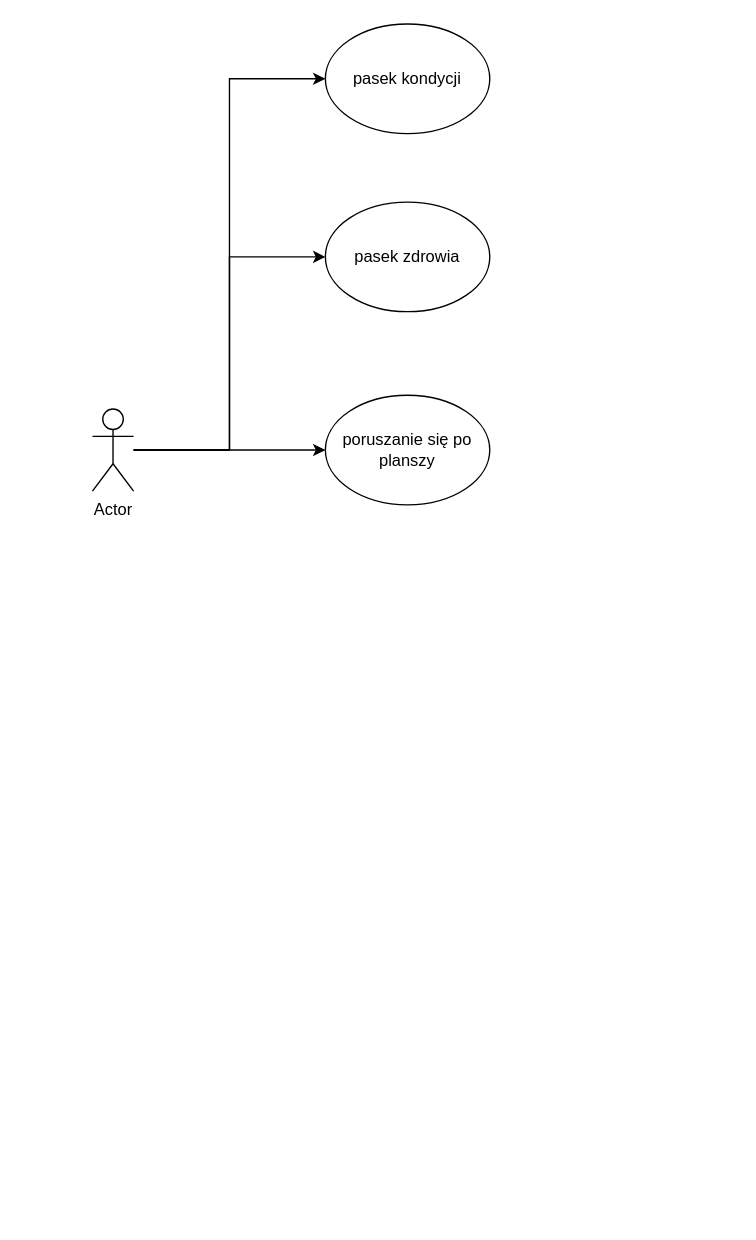
Earlier version of the draw.io diagram usecase.drawio (sumerar1/cyklzycia). Source tidied: cells renumbered, new cells numbered last; positions are measured from the earlier drawing's top-left corner, leaving out a move shared by most shapes. Both pictures are drawn from the tidied source at 137%, with x=0, y=0 at pixel (92, 23).
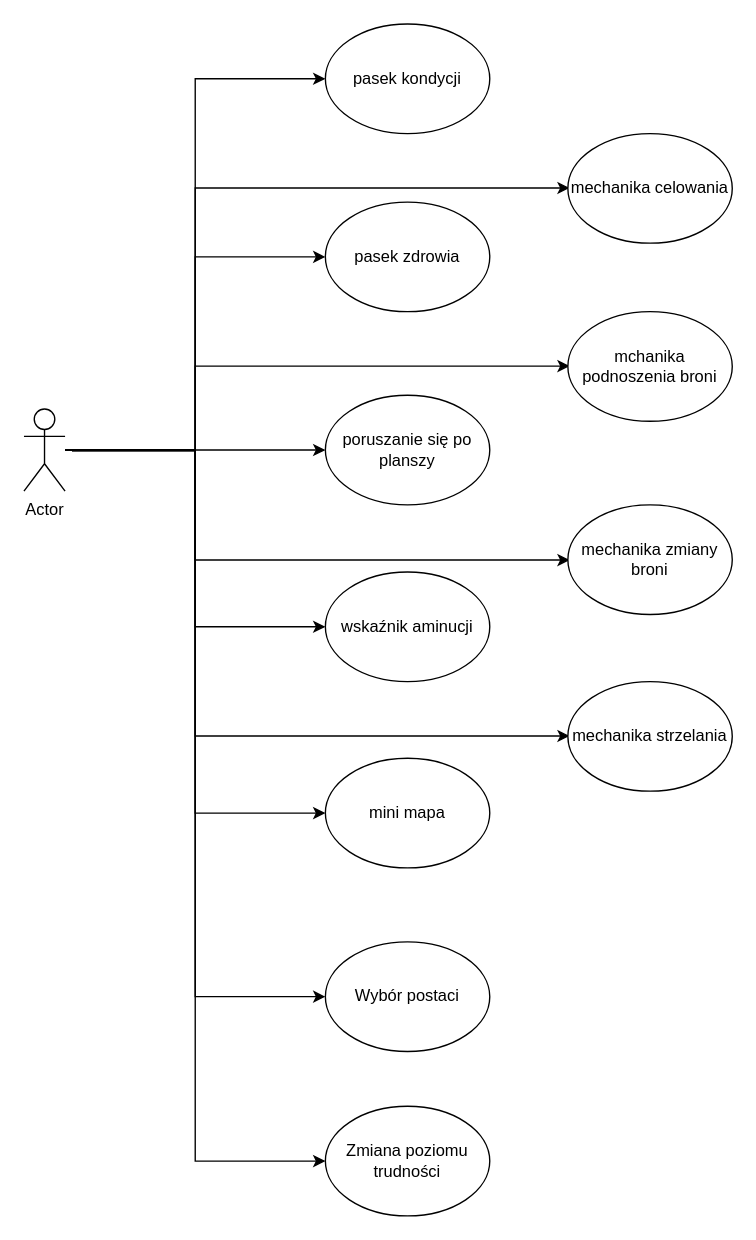
The same page after the edit.

Commit message:
Update usecase.drawio all user stories

The edit, as a diff of the source:
```diff
@@
+    <mxCell id="9" style="edgeStyle=orthogonalEdgeStyle;rounded=0;jettySize=auto;html=1;entryX=0;entryY=0.5;entryDx=0;entryDy=0;" parent="1" edge="1" source="5" target="17">
+      <mxGeometry relative="1" as="geometry" />
+    </mxCell>
+    <mxCell id="10" style="edgeStyle=orthogonalEdgeStyle;rounded=0;jettySize=auto;html=1;entryX=0;entryY=0.5;entryDx=0;entryDy=0;" parent="1" edge="1" source="5" target="18">
+      <mxGeometry relative="1" as="geometry" />
+    </mxCell>
+    <mxCell id="11" style="edgeStyle=orthogonalEdgeStyle;rounded=0;jettySize=auto;html=1;entryX=0;entryY=0.5;entryDx=0;entryDy=0;" parent="1" edge="1" source="5" target="19">
+      <mxGeometry relative="1" as="geometry" />
+    </mxCell>
+    <mxCell id="12" style="edgeStyle=orthogonalEdgeStyle;rounded=0;jettySize=auto;html=1;entryX=0;entryY=0.5;entryDx=0;entryDy=0;" parent="1" edge="1" source="5" target="20">
+      <mxGeometry relative="1" as="geometry" />
+    </mxCell>
+    <mxCell id="13" style="edgeStyle=orthogonalEdgeStyle;rounded=0;orthogonalLoop=1;jettySize=auto;html=1;entryX=0;entryY=0.5;entryDx=0;entryDy=0;" parent="1" edge="1">
+      <mxGeometry relative="1" as="geometry">
+        <mxPoint x="-15" y="311.3" as="sourcePoint" />
+        <mxPoint x="348.3" y="119.7" as="targetPoint" />
+        <Array as="points">
+          <mxPoint x="75" y="312" />
+          <mxPoint x="75" y="120" />
+        </Array>
+      </mxGeometry>
+    </mxCell>
+    <mxCell id="14" style="edgeStyle=orthogonalEdgeStyle;rounded=0;orthogonalLoop=1;jettySize=auto;html=1;entryX=0;entryY=0.5;entryDx=0;entryDy=0;" parent="1" edge="1">
+      <mxGeometry relative="1" as="geometry">
+        <mxPoint x="-15" y="311.3" as="sourcePoint" />
+        <mxPoint x="348.3" y="249.7" as="targetPoint" />
+        <Array as="points">
+          <mxPoint x="75" y="312" />
+          <mxPoint x="75" y="250" />
+        </Array>
+      </mxGeometry>
+    </mxCell>
+    <mxCell id="15" style="edgeStyle=orthogonalEdgeStyle;rounded=0;orthogonalLoop=1;jettySize=auto;html=1;entryX=0;entryY=0.5;entryDx=0;entryDy=0;" parent="1" edge="1">
+      <mxGeometry relative="1" as="geometry">
+        <mxPoint x="-15" y="311.3" as="sourcePoint" />
+        <mxPoint x="348.3" y="391.3" as="targetPoint" />
+        <Array as="points">
+          <mxPoint x="75" y="312" />
+          <mxPoint x="75" y="392" />
+        </Array>
+      </mxGeometry>
+    </mxCell>
+    <mxCell id="16" style="edgeStyle=orthogonalEdgeStyle;rounded=0;orthogonalLoop=1;jettySize=auto;html=1;entryX=0;entryY=0.5;entryDx=0;entryDy=0;" parent="1" edge="1">
+      <mxGeometry relative="1" as="geometry">
+        <mxPoint x="-15" y="311.3" as="sourcePoint" />
+        <mxPoint x="348.3" y="519.7" as="targetPoint" />
+        <Array as="points">
+          <mxPoint x="75" y="312" />
+          <mxPoint x="75" y="520" />
+        </Array>
+      </mxGeometry>
+    </mxCell>
     <mxCell id="5" value="Actor" style="shape=umlActor;verticalLabelPosition=bottom;labelBackgroundColor=#ffffff;verticalAlign=top;html=1;outlineConnect=0;" parent="1" vertex="1">
-      <mxGeometry y="281" width="30" height="60" as="geometry" />
+      <mxGeometry x="-50" y="281" width="30" height="60" as="geometry" />
     </mxCell>
@@
+    <mxCell id="17" value="wskaźnik aminucji" style="ellipse;whiteSpace=wrap;html=1;" parent="1" vertex="1">
+      <mxGeometry x="170" y="400" width="120" height="80" as="geometry" />
+    </mxCell>
+    <mxCell id="18" value="mini mapa" style="ellipse;whiteSpace=wrap;html=1;" parent="1" vertex="1">
+      <mxGeometry x="170" y="536" width="120" height="80" as="geometry" />
+    </mxCell>
+    <mxCell id="19" value="Wybór postaci" style="ellipse;whiteSpace=wrap;html=1;" parent="1" vertex="1">
+      <mxGeometry x="170" y="670" width="120" height="80" as="geometry" />
+    </mxCell>
+    <mxCell id="20" value="Zmiana poziomu trudności" style="ellipse;whiteSpace=wrap;html=1;" parent="1" vertex="1">
+      <mxGeometry x="170" y="790" width="120" height="80" as="geometry" />
+    </mxCell>
+    <mxCell id="21" value="mechanika celowania" style="ellipse;whiteSpace=wrap;html=1;" parent="1" vertex="1">
+      <mxGeometry x="347" y="80" width="120" height="80" as="geometry" />
+    </mxCell>
+    <mxCell id="22" value="mchanika podnoszenia broni" style="ellipse;whiteSpace=wrap;html=1;" parent="1" vertex="1">
+      <mxGeometry x="347" y="210" width="120" height="80" as="geometry" />
+    </mxCell>
+    <mxCell id="23" value="mechanika zmiany broni" style="ellipse;whiteSpace=wrap;html=1;" parent="1" vertex="1">
+      <mxGeometry x="347" y="351" width="120" height="80" as="geometry" />
+    </mxCell>
+    <mxCell id="24" value="mechanika strzelania" style="ellipse;whiteSpace=wrap;html=1;" parent="1" vertex="1">
+      <mxGeometry x="347" y="480" width="120" height="80" as="geometry" />
+    </mxCell>
```
